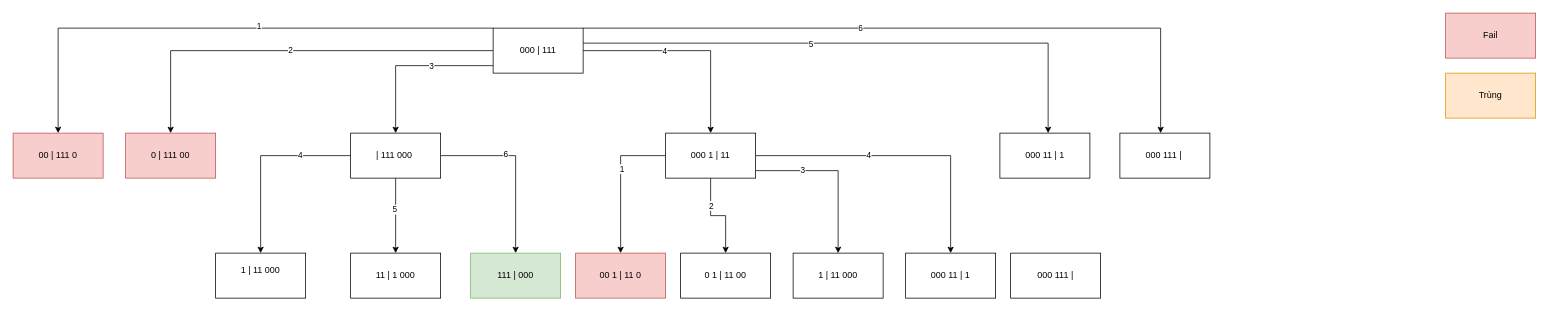
yield02/yield02 keeps this draw.io diagram as Project School/Trí tuệ nhân tạo/Bài toán qua sông.drawio. Above is the earlier version. Source tidied: cells renumbered, new cells numbered last; positions are measured from the earlier drawing's top-left corner, leaving out a move shared by most shapes. Both pictures are drawn from the tidied source at 75%, with x=0, y=0 at pixel (13, 13).
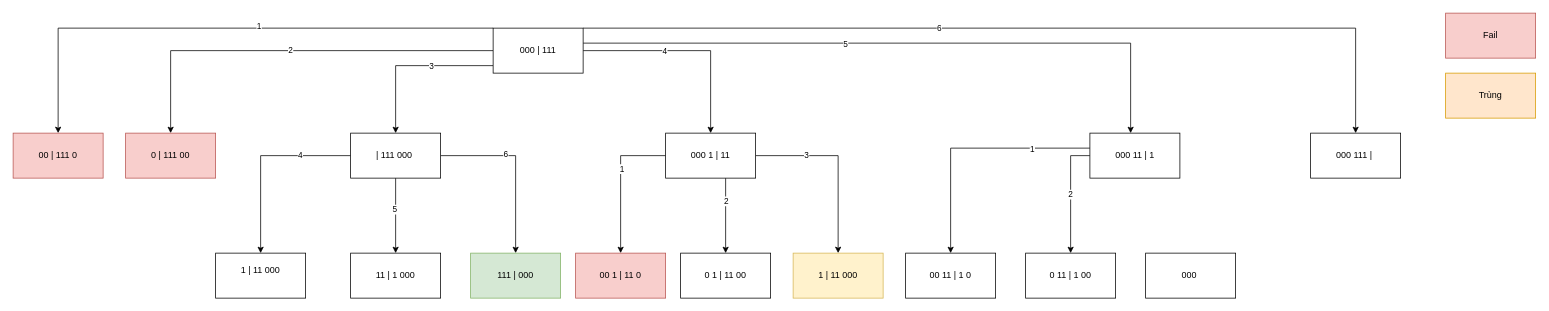
The same diagram, later.

Unchanged cells that the change refers to:
```xml
<mxCell id="13" value="000 | 111" style="rounded=0;whiteSpace=wrap;html=1;" parent="1" vertex="1">
  <mxGeometry x="640" y="20" width="120" height="60" as="geometry" />
</mxCell>
<mxCell id="33" value="000 1 | 11" style="rounded=0;whiteSpace=wrap;html=1;" parent="1" vertex="1">
  <mxGeometry x="870" y="160" width="120" height="60" as="geometry" />
</mxCell>
<mxCell id="40" value="0 1 | 11 00" style="rounded=0;whiteSpace=wrap;html=1;" parent="1" vertex="1">
  <mxGeometry x="890" y="320" width="120" height="60" as="geometry" />
</mxCell>
```

What changed in the source:
```diff
@@
     <mxCell id="9" style="edgeStyle=orthogonalEdgeStyle;rounded=0;jettySize=auto;html=1;" parent="1" edge="1" source="13" target="34">
       <mxGeometry relative="1" as="geometry">
         <Array as="points">
-          <mxPoint x="1380" y="40" />
+          <mxPoint x="1490" y="40" />
         </Array>
       </mxGeometry>
     </mxCell>
@@
     <mxCell id="11" style="edgeStyle=orthogonalEdgeStyle;rounded=0;jettySize=auto;html=1;" parent="1" edge="1" source="13" target="35">
       <mxGeometry relative="1" as="geometry">
         <Array as="points">
-          <mxPoint x="1530" y="20" />
+          <mxPoint x="1790" y="20" />
         </Array>
       </mxGeometry>
     </mxCell>
@@
     <mxCell id="27" style="edgeStyle=orthogonalEdgeStyle;rounded=0;jettySize=auto;html=1;" parent="1" edge="1" source="33" target="40">
-      <mxGeometry relative="1" as="geometry" />
+      <mxGeometry relative="1" as="geometry">
+        <Array as="points">
+          <mxPoint x="950" y="250" />
+          <mxPoint x="950" y="250" />
+        </Array>
+      </mxGeometry>
     </mxCell>
@@
     <mxCell id="29" style="edgeStyle=orthogonalEdgeStyle;rounded=0;jettySize=auto;html=1;entryX=0.5;entryY=0;entryDx=0;entryDy=0;" parent="1" edge="1" source="33" target="41">
       <mxGeometry relative="1" as="geometry">
         <Array as="points">
-          <mxPoint x="1100" y="210" />
+          <mxPoint x="1100" y="190" />
         </Array>
       </mxGeometry>
     </mxCell>
@@
-    <mxCell id="31" style="edgeStyle=orthogonalEdgeStyle;rounded=0;jettySize=auto;html=1;entryX=0.5;entryY=0;entryDx=0;entryDy=0;" parent="1" edge="1" source="33" target="42">
-      <mxGeometry relative="1" as="geometry" />
-    </mxCell>
-    <mxCell id="32" value="4" style="edgeLabel;html=1;align=center;verticalAlign=middle;" parent="31" vertex="1">
-      <mxGeometry x="-0.23" y="2" relative="1" as="geometry" />
-    </mxCell>
@@
+    <mxCell id="44" style="edgeStyle=orthogonalEdgeStyle;rounded=0;jettySize=auto;html=1;entryX=0.5;entryY=0;entryDx=0;entryDy=0;" parent="1" edge="1" source="34" target="47">
+      <mxGeometry relative="1" as="geometry">
+        <Array as="points">
+          <mxPoint x="1250" y="180" />
+        </Array>
+      </mxGeometry>
+    </mxCell>
+    <mxCell id="45" value="1" style="edgeLabel;html=1;align=center;verticalAlign=middle;" parent="44" vertex="1">
+      <mxGeometry x="-0.53" relative="1" as="geometry" />
+    </mxCell>
+    <mxCell id="46" value="2" style="edgeStyle=orthogonalEdgeStyle;rounded=0;jettySize=auto;html=1;entryX=0.5;entryY=0;entryDx=0;entryDy=0;" parent="1" edge="1" source="34" target="48">
+      <mxGeometry relative="1" as="geometry">
+        <Array as="points">
+          <mxPoint x="1410" y="190" />
+        </Array>
+      </mxGeometry>
+    </mxCell>
     <mxCell id="34" value="000 11 | 1" style="rounded=0;whiteSpace=wrap;html=1;" parent="1" vertex="1">
-      <mxGeometry x="1315.7" y="160" width="120" height="60" as="geometry" />
+      <mxGeometry x="1435.7" y="160" width="120" height="60" as="geometry" />
     </mxCell>
     <mxCell id="35" value="000 111 |&amp;nbsp;" style="rounded=0;whiteSpace=wrap;html=1;" parent="1" vertex="1">
-      <mxGeometry x="1475.7" y="160" width="120" height="60" as="geometry" />
+      <mxGeometry x="1730" y="160" width="120" height="60" as="geometry" />
     </mxCell>
@@
-    <mxCell id="41" value="1 | 11 000" style="rounded=0;whiteSpace=wrap;html=1;" parent="1" vertex="1">
+    <mxCell id="41" value="1 | 11 000" style="rounded=0;whiteSpace=wrap;html=1;fillColor=#fff2cc;strokeColor=#d6b656;" parent="1" vertex="1">
       <mxGeometry x="1040" y="320" width="120" height="60" as="geometry" />
     </mxCell>
-    <mxCell id="42" value="000 11 | 1" style="rounded=0;whiteSpace=wrap;html=1;" parent="1" vertex="1">
-      <mxGeometry x="1190" y="320" width="120" height="60" as="geometry" />
-    </mxCell>
-    <mxCell id="43" value="000 111 |" style="rounded=0;whiteSpace=wrap;html=1;" parent="1" vertex="1">
-      <mxGeometry x="1330" y="320" width="120" height="60" as="geometry" />
-    </mxCell>
+    <mxCell id="47" value="00 11 | 1 0" style="rounded=0;whiteSpace=wrap;html=1;" parent="1" vertex="1">
+      <mxGeometry x="1190" y="320" width="120" height="60" as="geometry" />
+    </mxCell>
+    <mxCell id="48" value="0 11 | 1 00" style="rounded=0;whiteSpace=wrap;html=1;" parent="1" vertex="1">
+      <mxGeometry x="1350" y="320" width="120" height="60" as="geometry" />
+    </mxCell>
+    <mxCell id="49" value="000&amp;nbsp;" style="rounded=0;whiteSpace=wrap;html=1;" parent="1" vertex="1">
+      <mxGeometry x="1510" y="320" width="120" height="60" as="geometry" />
+    </mxCell>
```
